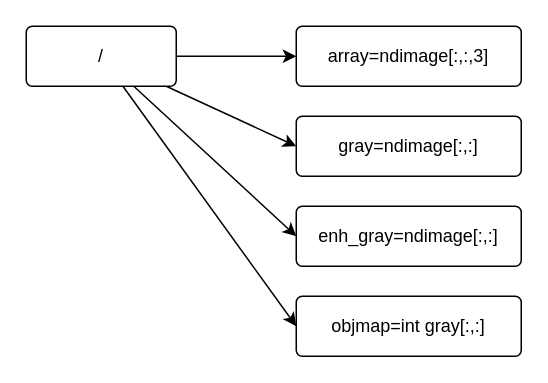
This is page "I/O .npz" (3 of 7) of docs/diagrams/Phenotypic-Diagrams.drawio from exfab/PhenoTypic, a draw.io file, before an edit. Source tidied: cells renumbered, new cells numbered last; positions are measured from the earlier drawing's top-left corner, leaving out a move shared by most shapes. Both pictures are drawn from the tidied source at 150%, with x=0, y=0 at pixel (26, 26).
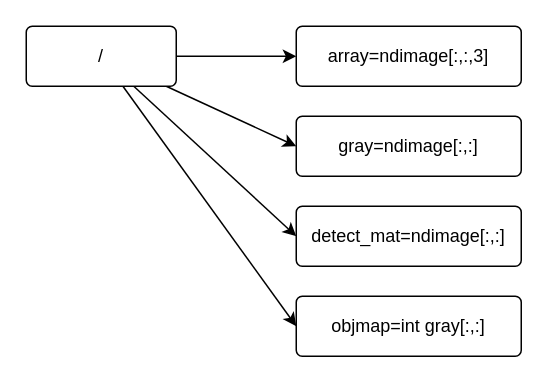
The same diagram, later.

Change to the diagram source:
```diff
@@
 <mxGraphModel>
   <root>
     <mxCell id="0" />
     <mxCell id="1" parent="0" />
     <mxCell id="2" style="edgeStyle=orthogonalEdgeStyle;rounded=0;jettySize=auto;html=1;" parent="1" edge="1" source="6" target="7">
       <mxGeometry relative="1" as="geometry" />
     </mxCell>
     <mxCell id="3" style="rounded=0;jettySize=auto;html=1;entryX=0;entryY=0.5;entryDx=0;entryDy=0;" parent="1" edge="1" source="6" target="8">
       <mxGeometry relative="1" as="geometry" />
     </mxCell>
     <mxCell id="4" style="rounded=0;jettySize=auto;html=1;entryX=0;entryY=0.5;entryDx=0;entryDy=0;" parent="1" edge="1" source="6" target="9">
       <mxGeometry relative="1" as="geometry" />
     </mxCell>
     <mxCell id="5" style="rounded=0;jettySize=auto;html=1;entryX=0;entryY=0.5;entryDx=0;entryDy=0;" parent="1" edge="1" source="6" target="10">
       <mxGeometry relative="1" as="geometry" />
     </mxCell>
     <mxCell id="6" value="/" style="rounded=1;arcSize=10;whiteSpace=wrap;html=1;align=center;" parent="1" vertex="1">
       <mxGeometry width="100" height="40" as="geometry" />
     </mxCell>
     <mxCell id="7" value="array=ndimage[:,:,3]" style="rounded=1;arcSize=10;whiteSpace=wrap;html=1;align=center;" parent="1" vertex="1">
       <mxGeometry x="180" width="150" height="40" as="geometry" />
     </mxCell>
     <mxCell id="8" value="gray=ndimage[:,:]" style="rounded=1;arcSize=10;whiteSpace=wrap;html=1;align=center;" parent="1" vertex="1">
       <mxGeometry x="180" y="60" width="150" height="40" as="geometry" />
     </mxCell>
-    <mxCell id="9" value="enh_gray=ndimage[:,:]" style="rounded=1;arcSize=10;whiteSpace=wrap;html=1;align=center;" parent="1" vertex="1">
+    <mxCell id="9" value="detect_mat=ndimage[:,:]" style="rounded=1;arcSize=10;whiteSpace=wrap;html=1;align=center;" parent="1" vertex="1">
       <mxGeometry x="180" y="120" width="150" height="40" as="geometry" />
     </mxCell>
     <mxCell id="10" value="objmap=int gray[:,:]" style="rounded=1;arcSize=10;whiteSpace=wrap;html=1;align=center;" parent="1" vertex="1">
       <mxGeometry x="180" y="180" width="150" height="40" as="geometry" />
     </mxCell>
   </root>
 </mxGraphModel>
```
